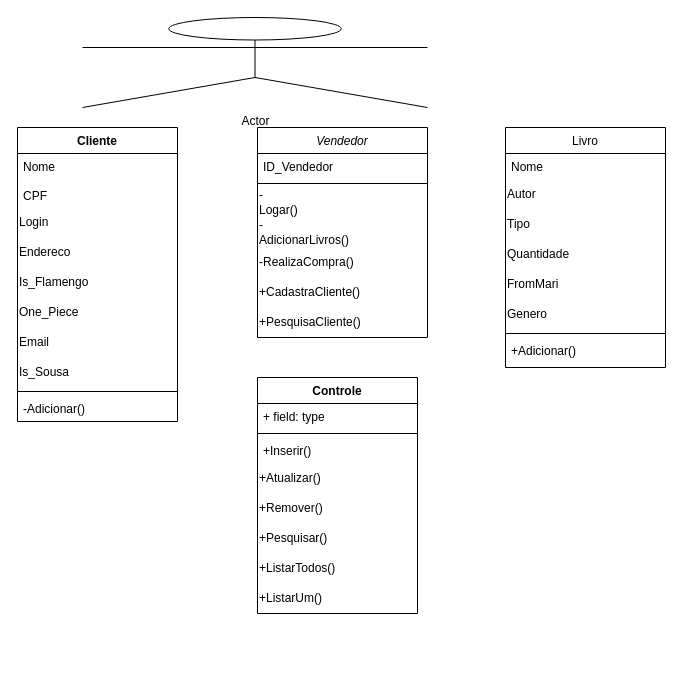
Earlier version of the draw.io diagram Documentação/UML_Primeira_Parte.drawio (AlecrimLunar/Banco-de-dados-Livraria). Source tidied: cells renumbered, new cells numbered last; positions are measured from the earlier drawing's top-left corner, leaving out a move shared by most shapes. Both pictures are drawn from the tidied source at 100%, with x=0, y=0 at pixel (17, 17).
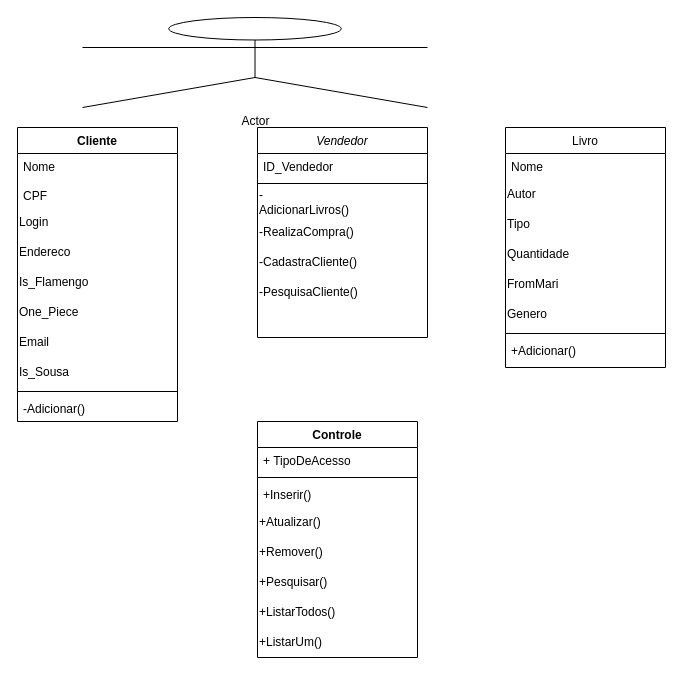
Above is the later version.

Unchanged cells that the change refers to:
```xml
<mxCell id="2" value="Vendedor" style="swimlane;fontStyle=2;align=center;verticalAlign=top;horizontal=1;startSize=26;rounded=0;shadow=0;strokeWidth=1;" parent="1" vertex="1">
  <mxGeometry x="240" y="110" width="170" height="210" as="geometry" />
</mxCell>
```

Change to the diagram source:
```diff
@@
-    <mxCell id="5" value="&lt;div align=&quot;left&quot;&gt;&lt;span style=&quot;text-wrap: wrap; background-color: initial;&quot;&gt;-&lt;/span&gt;Logar()&lt;/div&gt;" style="text;html=1;align=left;verticalAlign=middle;strokeColor=none;fillColor=none;" parent="2" vertex="1">
-      <mxGeometry y="60" width="170" height="30" as="geometry" />
-    </mxCell>
     <mxCell id="6" value="&lt;span style=&quot;text-wrap: wrap;&quot;&gt;-AdicionarLivros()&lt;/span&gt;" style="text;html=1;align=left;verticalAlign=middle;strokeColor=none;fillColor=none;" parent="2" vertex="1">
-      <mxGeometry y="90" width="170" height="30" as="geometry" />
+      <mxGeometry y="60" width="170" height="30" as="geometry" />
     </mxCell>
     <mxCell id="7" value="-RealizaCompra()" style="text;html=1;align=left;verticalAlign=middle;strokeColor=none;fillColor=none;" parent="2" vertex="1">
-      <mxGeometry y="120" width="170" height="30" as="geometry" />
+      <mxGeometry y="90" width="170" height="30" as="geometry" />
     </mxCell>
-    <mxCell id="8" value="+CadastraCliente()" style="text;html=1;align=left;verticalAlign=middle;strokeColor=none;fillColor=none;" parent="2" vertex="1">
-      <mxGeometry y="150" width="170" height="30" as="geometry" />
+    <mxCell id="8" value="-CadastraCliente()" style="text;html=1;align=left;verticalAlign=middle;strokeColor=none;fillColor=none;" parent="2" vertex="1">
+      <mxGeometry y="120" width="170" height="30" as="geometry" />
     </mxCell>
-    <mxCell id="9" value="+PesquisaCliente()" style="text;html=1;align=left;verticalAlign=middle;strokeColor=none;fillColor=none;" parent="2" vertex="1">
-      <mxGeometry y="180" width="170" height="30" as="geometry" />
+    <mxCell id="9" value="-PesquisaCliente()" style="text;html=1;align=left;verticalAlign=middle;strokeColor=none;fillColor=none;" parent="2" vertex="1">
+      <mxGeometry y="150" width="170" height="30" as="geometry" />
     </mxCell>
@@
     <mxCell id="19" value="Controle" style="swimlane;fontStyle=1;align=center;verticalAlign=top;horizontal=1;startSize=26;whiteSpace=wrap;html=1;" parent="1" vertex="1">
-      <mxGeometry x="240" y="360" width="160" height="236" as="geometry" />
+      <mxGeometry x="240" y="404" width="160" height="236" as="geometry" />
     </mxCell>
-    <mxCell id="20" value="+ field: type" style="text;strokeColor=none;fillColor=none;align=left;verticalAlign=top;spacingLeft=4;spacingRight=4;overflow=hidden;whiteSpace=wrap;html=1;" parent="19" vertex="1">
+    <mxCell id="20" value="+ TipoDeAcesso" style="text;strokeColor=none;fillColor=none;align=left;verticalAlign=top;spacingLeft=4;spacingRight=4;overflow=hidden;whiteSpace=wrap;html=1;" parent="19" vertex="1">
       <mxGeometry y="26" width="160" height="26" as="geometry" />
     </mxCell>
```
